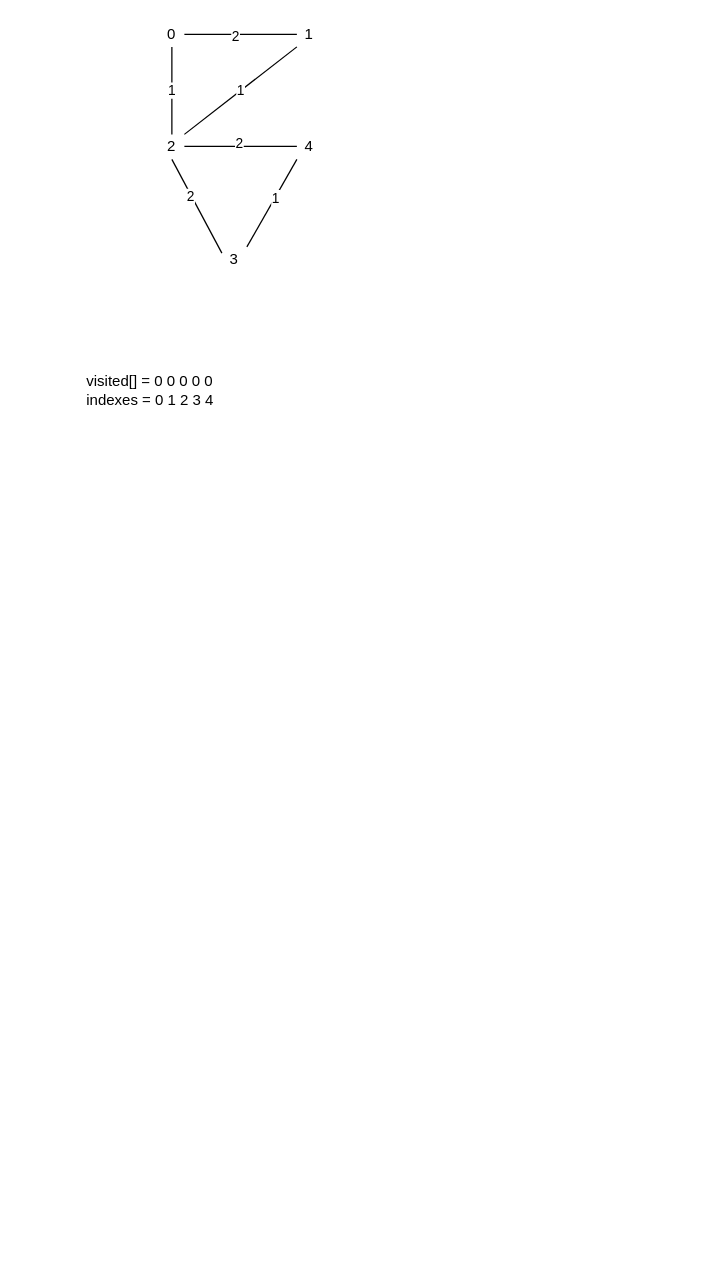
Earlier version of the draw.io diagram PrimsAlgorithm.drawio (KaidenCoder/DrawIORepo). Source tidied: cells renumbered, new cells numbered last; positions are measured from the earlier drawing's top-left corner, leaving out a move shared by most shapes. Both pictures are drawn from the tidied source at 125%, with x=0, y=0 at pixel (84, 21).
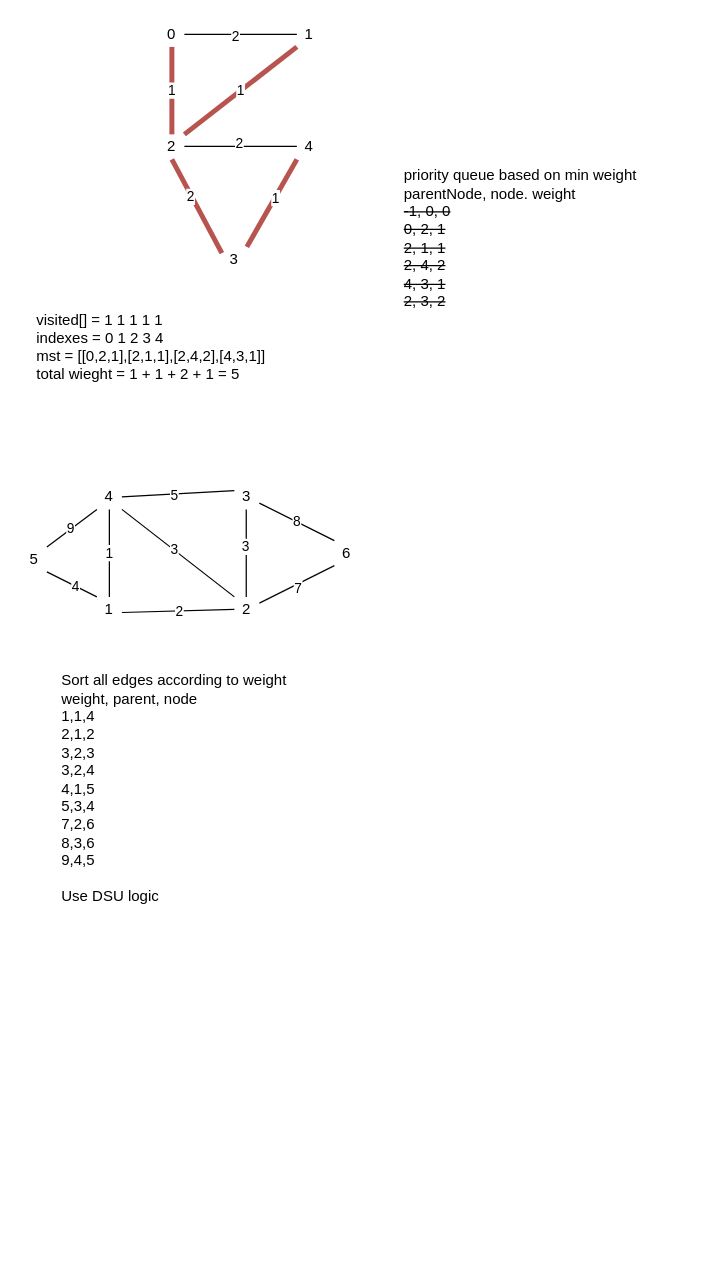
Above is the later version.

The change refers to these unchanged cells:
```xml
<mxCell id="2" value="0" style="text;html=1;align=center;verticalAlign=middle;whiteSpace=wrap;rounded=0;" parent="1" vertex="1">
  <mxGeometry x="60" width="20" height="20" as="geometry" />
</mxCell>
<mxCell id="4" value="2" style="text;html=1;align=center;verticalAlign=middle;whiteSpace=wrap;rounded=0;" parent="1" vertex="1">
  <mxGeometry x="60" y="90" width="20" height="20" as="geometry" />
</mxCell>
<mxCell id="5" value="4" style="text;html=1;align=center;verticalAlign=middle;whiteSpace=wrap;rounded=0;" parent="1" vertex="1">
  <mxGeometry x="170" y="90" width="20" height="20" as="geometry" />
</mxCell>
<mxCell id="6" value="3" style="text;html=1;align=center;verticalAlign=middle;whiteSpace=wrap;rounded=0;" parent="1" vertex="1">
  <mxGeometry x="110" y="180" width="20" height="20" as="geometry" />
</mxCell>
```

Diff of the diagram source:
```diff
@@
-    <mxCell id="11" value="1" style="endArrow=none;html=1;rounded=0;entryX=0.5;entryY=1;entryDx=0;entryDy=0;exitX=0.5;exitY=0;exitDx=0;exitDy=0;" parent="1" edge="1" source="4" target="2">
+    <mxCell id="11" value="1" style="endArrow=none;html=1;rounded=0;entryX=0.5;entryY=1;entryDx=0;entryDy=0;exitX=0.5;exitY=0;exitDx=0;exitDy=0;fillColor=#f8cecc;strokeColor=#b85450;strokeWidth=4;" parent="1" edge="1" source="4" target="2">
       <mxGeometry relative="1" as="geometry" />
     </mxCell>
-    <mxCell id="12" value="1" style="endArrow=none;html=1;rounded=0;exitX=1;exitY=0;exitDx=0;exitDy=0;" parent="1" edge="1" source="4">
+    <mxCell id="12" value="1" style="endArrow=none;html=1;rounded=0;exitX=1;exitY=0;exitDx=0;exitDy=0;fillColor=#f8cecc;strokeColor=#b85450;strokeWidth=4;" parent="1" edge="1" source="4">
       <mxGeometry relative="1" as="geometry">
         <mxPoint x="170" y="20" as="targetPoint" />
       </mxGeometry>
     </mxCell>
-    <mxCell id="13" style="endArrow=none;html=1;rounded=0;exitX=0;exitY=0.25;exitDx=0;exitDy=0;entryX=0.5;entryY=1;entryDx=0;entryDy=0;" parent="1" edge="1" source="6" target="4">
+    <mxCell id="13" style="endArrow=none;html=1;rounded=0;exitX=0;exitY=0.25;exitDx=0;exitDy=0;entryX=0.5;entryY=1;entryDx=0;entryDy=0;strokeWidth=4;fillColor=#f8cecc;strokeColor=#b85450;" parent="1" edge="1" source="6" target="4">
       <mxGeometry relative="1" as="geometry" />
     </mxCell>
@@
-    <mxCell id="15" style="endArrow=none;html=1;rounded=0;entryX=0;entryY=1;entryDx=0;entryDy=0;" parent="1" edge="1" target="5">
+    <mxCell id="15" style="endArrow=none;html=1;rounded=0;entryX=0;entryY=1;entryDx=0;entryDy=0;fillColor=#f8cecc;strokeColor=#b85450;strokeWidth=4;" parent="1" edge="1" target="5">
       <mxGeometry relative="1" as="geometry">
         <mxPoint x="130" y="180" as="sourcePoint" />
       </mxGeometry>
     </mxCell>
@@
-    <mxCell id="17" value="visited[] = 0 0 0 0 0&lt;div&gt;indexes = 0 1 2 3 4&lt;/div&gt;" style="text;html=1;align=left;verticalAlign=middle;whiteSpace=wrap;rounded=0;" parent="1" vertex="1">
-      <mxGeometry y="270" width="150" height="50" as="geometry" />
+    <mxCell id="17" value="visited[] = 1 1 1 1 1&lt;div&gt;indexes = 0 1 2 3 4&lt;/div&gt;&lt;div&gt;mst = [[0,2,1],[2,1,1],[2,4,2],[4,3,1]]&lt;/div&gt;&lt;div&gt;total wieght = 1 + 1 + 2 + 1 = 5&lt;/div&gt;" style="text;html=1;align=left;verticalAlign=middle;whiteSpace=wrap;rounded=0;" parent="1" vertex="1">
+      <mxGeometry x="-40" y="200" width="220" height="120" as="geometry" />
     </mxCell>
+    <mxCell id="18" value="&lt;div&gt;priority queue based on min weight&lt;/div&gt;parentNode, node. weight&lt;div&gt;&lt;strike&gt;-1, 0, 0&lt;/strike&gt;&lt;/div&gt;&lt;div&gt;&lt;strike&gt;0, 2, 1&lt;/strike&gt;&lt;/div&gt;&lt;div&gt;&lt;strike&gt;2, 1, 1&lt;/strike&gt;&lt;/div&gt;&lt;div&gt;&lt;strike&gt;2, 4, 2&lt;/strike&gt;&lt;/div&gt;&lt;div&gt;&lt;strike&gt;4, 3, 1&lt;/strike&gt;&lt;/div&gt;&lt;div&gt;&lt;strike&gt;2, 3, 2&lt;/strike&gt;&lt;/div&gt;&lt;div&gt;&lt;br&gt;&lt;/div&gt;&lt;div&gt;&lt;br&gt;&lt;/div&gt;&lt;div&gt;&lt;br&gt;&lt;/div&gt;&lt;div&gt;&lt;br&gt;&lt;/div&gt;&lt;div&gt;&lt;br&gt;&lt;/div&gt;&lt;div&gt;&lt;br&gt;&lt;/div&gt;&lt;div&gt;&lt;br&gt;&lt;/div&gt;&lt;div&gt;&lt;br&gt;&lt;/div&gt;&lt;div&gt;&lt;br&gt;&lt;/div&gt;&lt;div&gt;&lt;br&gt;&lt;/div&gt;&lt;div&gt;&lt;br&gt;&lt;/div&gt;&lt;div&gt;&lt;br&gt;&lt;/div&gt;&lt;div&gt;&lt;br&gt;&lt;/div&gt;&lt;div&gt;&lt;br&gt;&lt;/div&gt;&lt;div&gt;&lt;br&gt;&lt;/div&gt;&lt;div&gt;&lt;br&gt;&lt;/div&gt;&lt;div&gt;&lt;br&gt;&lt;/div&gt;&lt;div&gt;&lt;br&gt;&lt;/div&gt;&lt;div&gt;&lt;br&gt;&lt;/div&gt;" style="text;html=1;align=left;verticalAlign=middle;whiteSpace=wrap;rounded=0;" parent="1" vertex="1">
+      <mxGeometry x="254" y="140" width="236" height="340" as="geometry" />
+    </mxCell>
+    <mxCell id="19" value="5" style="text;html=1;align=center;verticalAlign=middle;whiteSpace=wrap;rounded=0;" parent="1" vertex="1">
+      <mxGeometry x="-50" y="420" width="20" height="20" as="geometry" />
+    </mxCell>
+    <mxCell id="20" value="4" style="text;html=1;align=center;verticalAlign=middle;whiteSpace=wrap;rounded=0;" parent="1" vertex="1">
+      <mxGeometry x="10" y="370" width="20" height="20" as="geometry" />
+    </mxCell>
+    <mxCell id="21" value="3" style="text;html=1;align=center;verticalAlign=middle;whiteSpace=wrap;rounded=0;" parent="1" vertex="1">
+      <mxGeometry x="120" y="370" width="20" height="20" as="geometry" />
+    </mxCell>
+    <mxCell id="22" value="1" style="text;html=1;align=center;verticalAlign=middle;whiteSpace=wrap;rounded=0;" parent="1" vertex="1">
+      <mxGeometry x="10" y="460" width="20" height="20" as="geometry" />
+    </mxCell>
+    <mxCell id="23" value="2" style="text;html=1;align=center;verticalAlign=middle;whiteSpace=wrap;rounded=0;" parent="1" vertex="1">
+      <mxGeometry x="120" y="460" width="20" height="20" as="geometry" />
+    </mxCell>
+    <mxCell id="24" value="6" style="text;html=1;align=center;verticalAlign=middle;whiteSpace=wrap;rounded=0;" parent="1" vertex="1">
+      <mxGeometry x="200" y="415" width="20" height="20" as="geometry" />
+    </mxCell>
+    <mxCell id="25" style="endArrow=none;html=1;rounded=0;exitX=1;exitY=0;exitDx=0;exitDy=0;" parent="1" edge="1" source="19">
+      <mxGeometry relative="1" as="geometry">
+        <mxPoint x="10" y="390" as="targetPoint" />
+      </mxGeometry>
+    </mxCell>
+    <mxCell id="26" value="9" style="edgeLabel;html=1;align=center;verticalAlign=middle;" parent="25" vertex="1">
+      <mxGeometry x="-0.03" y="1" relative="1" as="geometry" />
+    </mxCell>
+    <mxCell id="27" style="endArrow=none;html=1;rounded=0;entryX=0;entryY=0.25;entryDx=0;entryDy=0;exitX=1;exitY=0.5;exitDx=0;exitDy=0;" parent="1" edge="1" source="20" target="21">
+      <mxGeometry relative="1" as="geometry" />
+    </mxCell>
+    <mxCell id="28" value="5" style="edgeLabel;html=1;align=center;verticalAlign=middle;" parent="27" vertex="1">
+      <mxGeometry x="-0.07" y="-1" relative="1" as="geometry" />
+    </mxCell>
+    <mxCell id="29" style="endArrow=none;html=1;rounded=0;exitX=1;exitY=1;exitDx=0;exitDy=0;entryX=0;entryY=0;entryDx=0;entryDy=0;" parent="1" edge="1" source="19" target="22">
+      <mxGeometry relative="1" as="geometry" />
+    </mxCell>
+    <mxCell id="30" value="4" style="edgeLabel;html=1;align=center;verticalAlign=middle;" parent="29" vertex="1">
+      <mxGeometry x="0.1" relative="1" as="geometry" />
+    </mxCell>
+    <mxCell id="31" style="endArrow=none;html=1;rounded=0;exitX=1;exitY=0.5;exitDx=0;exitDy=0;entryX=0;entryY=0.5;entryDx=0;entryDy=0;" parent="1" edge="1" target="23">
+      <mxGeometry relative="1" as="geometry">
+        <mxPoint x="30" y="472.5" as="sourcePoint" />
+      </mxGeometry>
+    </mxCell>
+    <mxCell id="32" value="2" style="edgeLabel;html=1;align=center;verticalAlign=middle;" parent="31" vertex="1">
+      <mxGeometry x="0.02" relative="1" as="geometry" />
+    </mxCell>
+    <mxCell id="33" value="1" style="endArrow=none;html=1;rounded=0;exitX=0.5;exitY=1;exitDx=0;exitDy=0;entryX=0.5;entryY=0;entryDx=0;entryDy=0;" parent="1" edge="1" source="20" target="22">
+      <mxGeometry relative="1" as="geometry" />
+    </mxCell>
+    <mxCell id="34" style="endArrow=none;html=1;rounded=0;exitX=1;exitY=1;exitDx=0;exitDy=0;entryX=0;entryY=0;entryDx=0;entryDy=0;" parent="1" edge="1" source="20" target="23">
+      <mxGeometry relative="1" as="geometry" />
+    </mxCell>
+    <mxCell id="35" value="3" style="edgeLabel;html=1;align=center;verticalAlign=middle;" parent="34" vertex="1">
+      <mxGeometry x="-0.09" relative="1" as="geometry" />
+    </mxCell>
+    <mxCell id="36" style="endArrow=none;html=1;rounded=0;exitX=0.5;exitY=1;exitDx=0;exitDy=0;entryX=0.5;entryY=0;entryDx=0;entryDy=0;" parent="1" edge="1">
+      <mxGeometry relative="1" as="geometry">
+        <mxPoint x="129.5" y="390" as="sourcePoint" />
+        <mxPoint x="129.5" y="460" as="targetPoint" />
+      </mxGeometry>
+    </mxCell>
+    <mxCell id="37" value="3" style="edgeLabel;html=1;align=center;verticalAlign=middle;" parent="36" vertex="1">
+      <mxGeometry x="-0.17" y="-1" relative="1" as="geometry" />
+    </mxCell>
+    <mxCell id="38" value="8" style="endArrow=none;html=1;rounded=0;entryX=0;entryY=0;entryDx=0;entryDy=0;exitX=1;exitY=0.75;exitDx=0;exitDy=0;" parent="1" edge="1" source="21" target="24">
+      <mxGeometry relative="1" as="geometry" />
+    </mxCell>
+    <mxCell id="39" style="endArrow=none;html=1;rounded=0;entryX=0;entryY=1;entryDx=0;entryDy=0;exitX=1;exitY=0.25;exitDx=0;exitDy=0;" parent="1" edge="1" source="23" target="24">
+      <mxGeometry relative="1" as="geometry" />
+    </mxCell>
+    <mxCell id="40" value="7" style="edgeLabel;html=1;align=center;verticalAlign=middle;" parent="39" vertex="1">
+      <mxGeometry x="-0.03" y="-2" relative="1" as="geometry" />
+    </mxCell>
+    <mxCell id="41" value="Sort all edges according to weight&lt;div&gt;weight, parent, node&lt;/div&gt;&lt;div&gt;1,1,4&lt;/div&gt;&lt;div&gt;2,1,2&lt;/div&gt;&lt;div&gt;3,2,3&lt;/div&gt;&lt;div&gt;3,2,4&lt;/div&gt;&lt;div&gt;4,1,5&lt;/div&gt;&lt;div&gt;5,3,4&lt;/div&gt;&lt;div&gt;7,2,6&lt;/div&gt;&lt;div&gt;8,3,6&lt;/div&gt;&lt;div&gt;9,4,5&lt;/div&gt;&lt;div&gt;&lt;br&gt;&lt;/div&gt;&lt;div&gt;Use DSU logic&amp;nbsp;&lt;/div&gt;&lt;div&gt;&lt;br&gt;&lt;/div&gt;&lt;div&gt;&lt;br&gt;&lt;/div&gt;&lt;div&gt;&lt;br&gt;&lt;/div&gt;&lt;div&gt;&lt;br&gt;&lt;/div&gt;&lt;div&gt;&lt;br&gt;&lt;/div&gt;&lt;div&gt;&lt;br&gt;&lt;/div&gt;&lt;div&gt;&lt;br&gt;&lt;/div&gt;&lt;div&gt;&lt;br&gt;&lt;/div&gt;&lt;div&gt;&lt;br&gt;&lt;/div&gt;&lt;div&gt;&lt;br&gt;&lt;/div&gt;&lt;div&gt;&lt;br&gt;&lt;/div&gt;&lt;div&gt;&lt;br&gt;&lt;/div&gt;&lt;div&gt;&lt;br&gt;&lt;/div&gt;&lt;div&gt;&lt;br&gt;&lt;/div&gt;&lt;div&gt;&lt;br&gt;&lt;/div&gt;&lt;div&gt;&lt;br&gt;&lt;/div&gt;&lt;div&gt;&lt;br&gt;&lt;/div&gt;&lt;div&gt;&lt;br&gt;&lt;div&gt;&lt;br&gt;&lt;/div&gt;&lt;/div&gt;" style="text;html=1;align=left;verticalAlign=middle;whiteSpace=wrap;rounded=0;" parent="1" vertex="1">
+      <mxGeometry x="-20" y="530" width="210" height="440" as="geometry" />
+    </mxCell>
```
